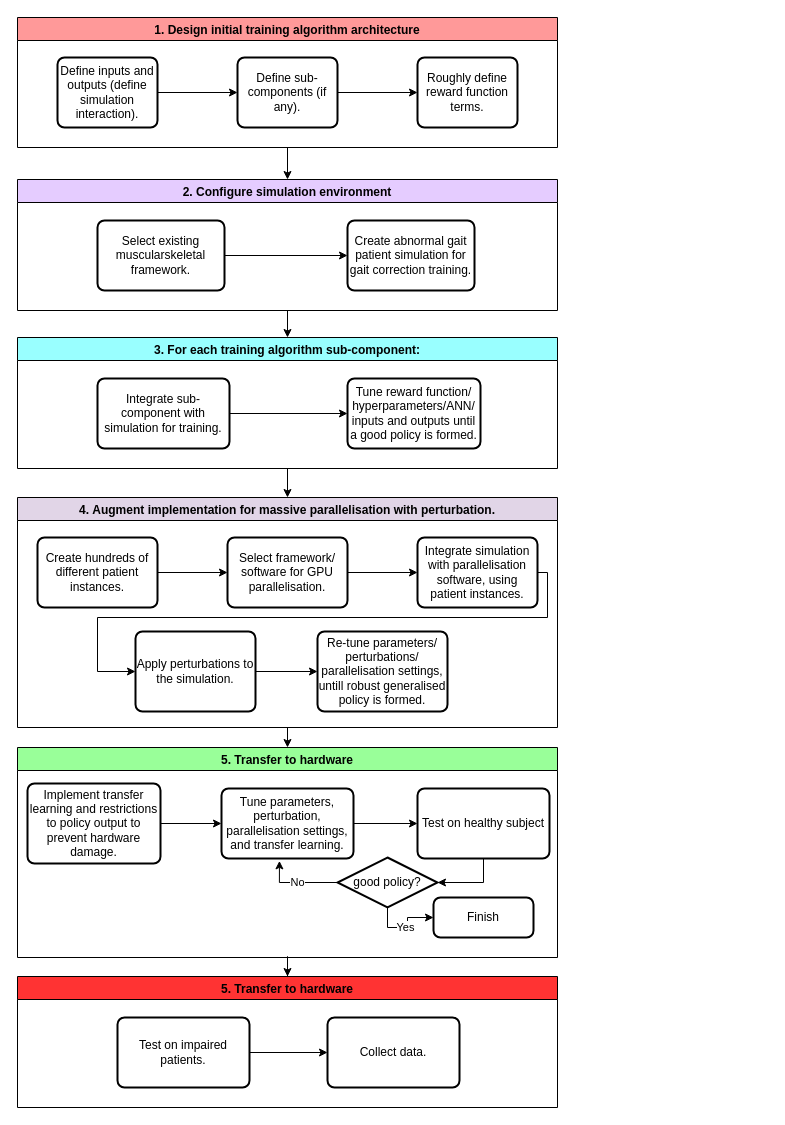
Before: Untitled Diagram.drawio in LeoCain/MASS_EXO, a draw.io diagram. Source tidied: cells renumbered, new cells numbered last; positions are measured from the earlier drawing's top-left corner, leaving out a move shared by most shapes. Both pictures are drawn from the tidied source at 100%, with x=0, y=0 at pixel (17, 17).
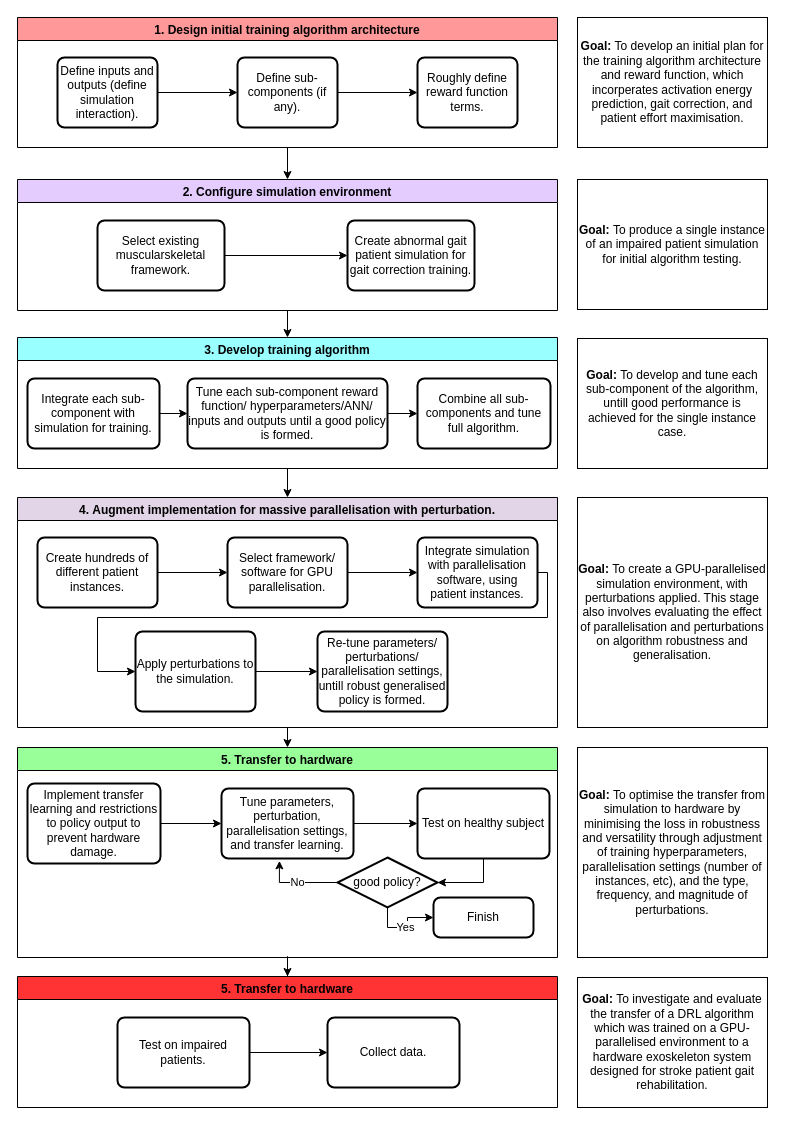
Above is the later version.

Commit message:
add goals to diagram

The edit, as a diff of the source:
```diff
@@
-    <mxCell id="15" value="3. For each training algorithm sub-component:" style="swimlane;fillColor=#99FFFF;" parent="1" vertex="1">
+    <mxCell id="15" value="3. Develop training algorithm" style="swimlane;fillColor=#99FFFF;" parent="1" vertex="1">
       <mxGeometry y="320" width="540" height="131" as="geometry" />
     </mxCell>
+    <mxCell id="46" style="edgeStyle=orthogonalEdgeStyle;rounded=0;jettySize=auto;html=1;" parent="15" edge="1" source="16" target="47">
+      <mxGeometry relative="1" as="geometry" />
+    </mxCell>
-    <mxCell id="16" value="Tune reward function/ hyperparameters/ANN/ inputs and outputs until a good policy is formed." style="rounded=1;whiteSpace=wrap;html=1;absoluteArcSize=1;arcSize=14;strokeWidth=2;" parent="15" vertex="1">
-      <mxGeometry x="330" y="41" width="133" height="70" as="geometry" />
+    <mxCell id="16" value="Tune each sub-component reward function/ hyperparameters/ANN/ inputs and outputs until a good policy is formed." style="rounded=1;whiteSpace=wrap;html=1;absoluteArcSize=1;arcSize=14;strokeWidth=2;" parent="15" vertex="1">
+      <mxGeometry x="170" y="41" width="200" height="70" as="geometry" />
     </mxCell>
@@
-    <mxCell id="18" value="Integrate sub-component with simulation for training." style="rounded=1;whiteSpace=wrap;html=1;absoluteArcSize=1;arcSize=14;strokeWidth=2;" parent="15" vertex="1">
-      <mxGeometry x="80" y="41" width="132" height="70" as="geometry" />
+    <mxCell id="18" value="Integrate each sub-component with simulation for training." style="rounded=1;whiteSpace=wrap;html=1;absoluteArcSize=1;arcSize=14;strokeWidth=2;" parent="15" vertex="1">
+      <mxGeometry x="10" y="41" width="132" height="70" as="geometry" />
     </mxCell>
+    <mxCell id="47" value="Combine all sub-components and tune full algorithm." style="rounded=1;whiteSpace=wrap;html=1;absoluteArcSize=1;arcSize=14;strokeWidth=2;" parent="15" vertex="1">
+      <mxGeometry x="400" y="41" width="133" height="70" as="geometry" />
+    </mxCell>
@@
+    <mxCell id="48" value="&lt;b&gt;Goal:&lt;/b&gt;&amp;nbsp;To develop an initial plan for the training algorithm architecture and reward function, which incorperates activation energy prediction, gait correction, and patient effort maximisation." style="rounded=0;whiteSpace=wrap;html=1;fillColor=#FFFFFF;" parent="1" vertex="1">
+      <mxGeometry x="560" width="190" height="130" as="geometry" />
+    </mxCell>
+    <mxCell id="49" value="&lt;b&gt;Goal:&lt;/b&gt;&amp;nbsp;To produce a single instance of an impaired patient simulation for initial algorithm testing." style="rounded=0;whiteSpace=wrap;html=1;fillColor=#FFFFFF;" parent="1" vertex="1">
+      <mxGeometry x="560" y="162" width="190" height="130" as="geometry" />
+    </mxCell>
+    <mxCell id="50" value="&lt;b&gt;Goal:&lt;/b&gt;&amp;nbsp;To develop and tune each sub-component of the algorithm, untill good performance is achieved for the single instance case." style="rounded=0;whiteSpace=wrap;html=1;fillColor=#FFFFFF;" parent="1" vertex="1">
+      <mxGeometry x="560" y="321" width="190" height="130" as="geometry" />
+    </mxCell>
+    <mxCell id="51" value="&lt;b&gt;Goal:&lt;/b&gt;&amp;nbsp;To create a GPU-parallelised simulation environment, with perturbations applied. This stage also involves evaluating the effect of parallelisation and perturbations on algorithm robustness and generalisation." style="rounded=0;whiteSpace=wrap;html=1;fillColor=#FFFFFF;" parent="1" vertex="1">
+      <mxGeometry x="560" y="480" width="190" height="230" as="geometry" />
+    </mxCell>
+    <mxCell id="52" value="&lt;b&gt;Goal:&lt;/b&gt;&amp;nbsp;To optimise the transfer from simulation to hardware by minimising the loss in robustness and versatility through adjustment of training hyperparameters, parallelisation settings (number of instances, etc), and the type, frequency, and magnitude of perturbations." style="rounded=0;whiteSpace=wrap;html=1;fillColor=#FFFFFF;" parent="1" vertex="1">
+      <mxGeometry x="560" y="730" width="190" height="210" as="geometry" />
+    </mxCell>
+    <mxCell id="53" value="&lt;b&gt;Goal:&lt;/b&gt;&amp;nbsp;To investigate and evaluate the transfer of a DRL algorithm which was trained on a GPU-parallelised environment to a hardware exoskeleton system designed for stroke patient gait rehabilitation." style="rounded=0;whiteSpace=wrap;html=1;fillColor=#FFFFFF;" parent="1" vertex="1">
+      <mxGeometry x="560" y="960" width="190" height="130" as="geometry" />
+    </mxCell>
```
